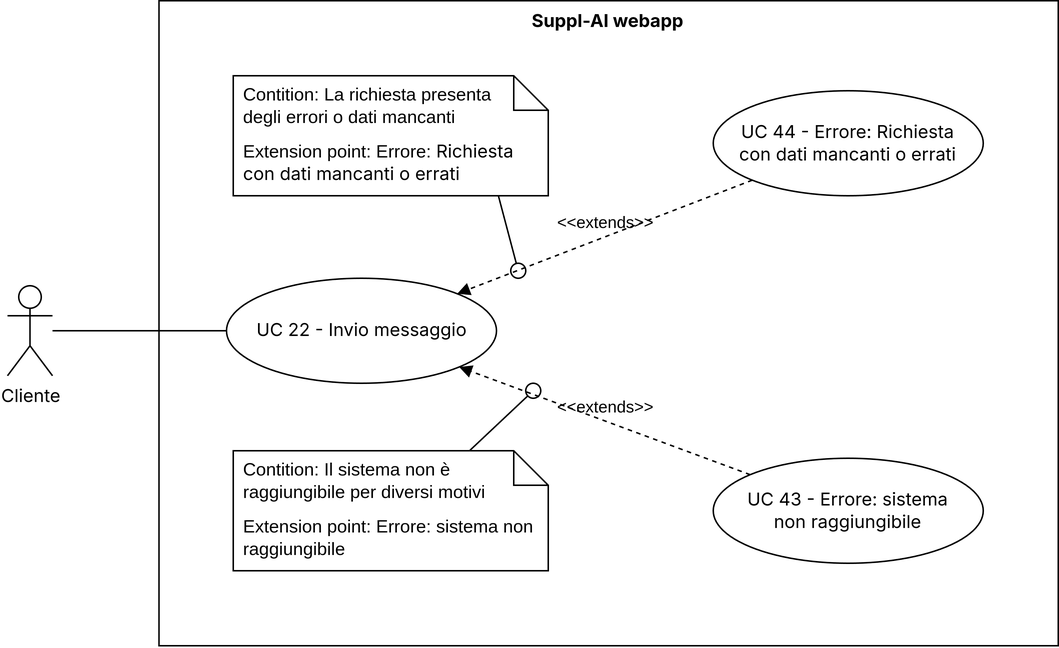
This is 3 - PB/imgs/uc22.png from CodeHex16/documentazione, a draw.io export, as it was before one commit. Source tidied: cells renumbered, new cells last; positions are measured from the earlier drawing's top-left corner, leaving out a move shared by most shapes. Source of this version:
```xml
<mxGraphModel>
  <root>
    <mxCell id="0" />
    <mxCell id="1" parent="0" />
    <mxCell id="2" value="Cliente" style="shape=umlActor;verticalLabelPosition=bottom;verticalAlign=top;html=1;outlineConnect=0;fontFamily=Inter;" parent="1" vertex="1">
      <mxGeometry x="-0.5" y="190" width="30" height="60" as="geometry" />
    </mxCell>
    <mxCell id="3" value="Suppl-AI webapp" style="shape=rect;html=1;verticalAlign=top;fontStyle=1;whiteSpace=wrap;align=center;fontFamily=Inter;" parent="1" vertex="1">
      <mxGeometry x="100.5" width="599.5" height="430" as="geometry" />
    </mxCell>
    <mxCell id="4" value="UC 22 - Invio messaggio" style="ellipse;whiteSpace=wrap;html=1;fontFamily=Inter;" parent="1" vertex="1">
      <mxGeometry x="145.5" y="185" width="180" height="70" as="geometry" />
    </mxCell>
    <mxCell id="5" style="endArrow=none;html=1;rounded=0;" parent="1" edge="1" source="2" target="4">
      <mxGeometry relative="1" as="geometry" />
    </mxCell>
    <mxCell id="6" value="UC 44 - Errore: Richiesta &lt;br&gt;con dati mancanti o errati" style="ellipse;whiteSpace=wrap;html=1;fontFamily=Inter;" parent="1" vertex="1">
      <mxGeometry x="470" y="60" width="180" height="70" as="geometry" />
    </mxCell>
    <mxCell id="7" style="endArrow=oval;html=1;rounded=0;endFill=0;endSize=10;exitX=0.841;exitY=0.993;exitDx=0;exitDy=0;exitPerimeter=0;" parent="1" edge="1" source="9">
      <mxGeometry relative="1" as="geometry">
        <mxPoint x="340" y="180" as="targetPoint" />
      </mxGeometry>
    </mxCell>
    <mxCell id="8" value="&amp;lt;&amp;lt;extends&amp;gt;&amp;gt;" style="html=1;verticalAlign=bottom;labelBackgroundColor=none;endArrow=block;endFill=1;dashed=1;rounded=0;" parent="1" edge="1" source="6" target="4">
      <mxGeometry relative="1" as="geometry" />
    </mxCell>
    <mxCell id="9" value="&lt;br&gt;Extension point: Errore:&amp;nbsp;&lt;span style=&quot;font-family: Inter; text-align: center;&quot;&gt;Richiesta&lt;/span&gt;&lt;br style=&quot;font-family: Inter; text-align: center;&quot;&gt;&lt;span style=&quot;font-family: Inter; text-align: center;&quot;&gt;con dati mancanti o errati&lt;/span&gt;" style="shape=note2;boundedLbl=1;whiteSpace=wrap;html=1;size=23;verticalAlign=top;align=left;spacingLeft=5;" parent="1" vertex="1">
      <mxGeometry x="150" y="50" width="210" height="80" as="geometry" />
    </mxCell>
    <mxCell id="10" value="&lt;span style=&quot;text-align: center;&quot;&gt;Contition: La richiesta presenta &lt;br&gt;degli errori o dati mancanti&amp;nbsp;&amp;nbsp;&lt;/span&gt;" style="strokeColor=none;fillColor=none;align=left;spacingLeft=5;whiteSpace=wrap;html=1;" parent="9" vertex="1">
      <mxGeometry width="210" height="40" relative="1" as="geometry" />
    </mxCell>
    <mxCell id="11" style="edgeStyle=orthogonalEdgeStyle;rounded=0;orthogonalLoop=1;jettySize=auto;html=1;exitX=0.5;exitY=1;exitDx=0;exitDy=0;" parent="9" edge="1" source="10" target="10">
      <mxGeometry relative="1" as="geometry" />
    </mxCell>
    <mxCell id="12" value="UC 43 - Errore: sistema &lt;br&gt;non raggiungibile" style="ellipse;whiteSpace=wrap;html=1;fontFamily=Inter;" parent="1" vertex="1">
      <mxGeometry x="470" y="305" width="180" height="70" as="geometry" />
    </mxCell>
    <mxCell id="13" value="&amp;lt;&amp;lt;extends&amp;gt;&amp;gt;" style="html=1;verticalAlign=bottom;labelBackgroundColor=none;endArrow=block;endFill=1;dashed=1;rounded=0;" parent="1" edge="1" source="12" target="4">
      <mxGeometry relative="1" as="geometry" />
    </mxCell>
    <mxCell id="14" style="endArrow=oval;html=1;rounded=0;endFill=0;endSize=10;exitX=0.75;exitY=0;exitDx=0;exitDy=0;" parent="1" edge="1" source="16">
      <mxGeometry relative="1" as="geometry">
        <mxPoint x="350" y="260" as="targetPoint" />
      </mxGeometry>
    </mxCell>
    <mxCell id="15" value="&lt;br&gt;Extension point: Errore: sistema non raggiungibile" style="shape=note2;boundedLbl=1;whiteSpace=wrap;html=1;size=23;verticalAlign=top;align=left;spacingLeft=5;" parent="1" vertex="1">
      <mxGeometry x="150" y="300" width="210" height="80" as="geometry" />
    </mxCell>
    <mxCell id="16" value="&lt;span style=&quot;text-align: center;&quot;&gt;Contition: Il sistema non è raggiungibile per diversi motivi&lt;/span&gt;" style="strokeColor=none;fillColor=none;align=left;spacingLeft=5;whiteSpace=wrap;html=1;" parent="15" vertex="1">
      <mxGeometry width="210" height="40" relative="1" as="geometry" />
    </mxCell>
    <mxCell id="17" style="edgeStyle=orthogonalEdgeStyle;rounded=0;orthogonalLoop=1;jettySize=auto;html=1;exitX=0.5;exitY=1;exitDx=0;exitDy=0;" parent="15" edge="1" source="16" target="16">
      <mxGeometry relative="1" as="geometry" />
    </mxCell>
  </root>
</mxGraphModel>
```
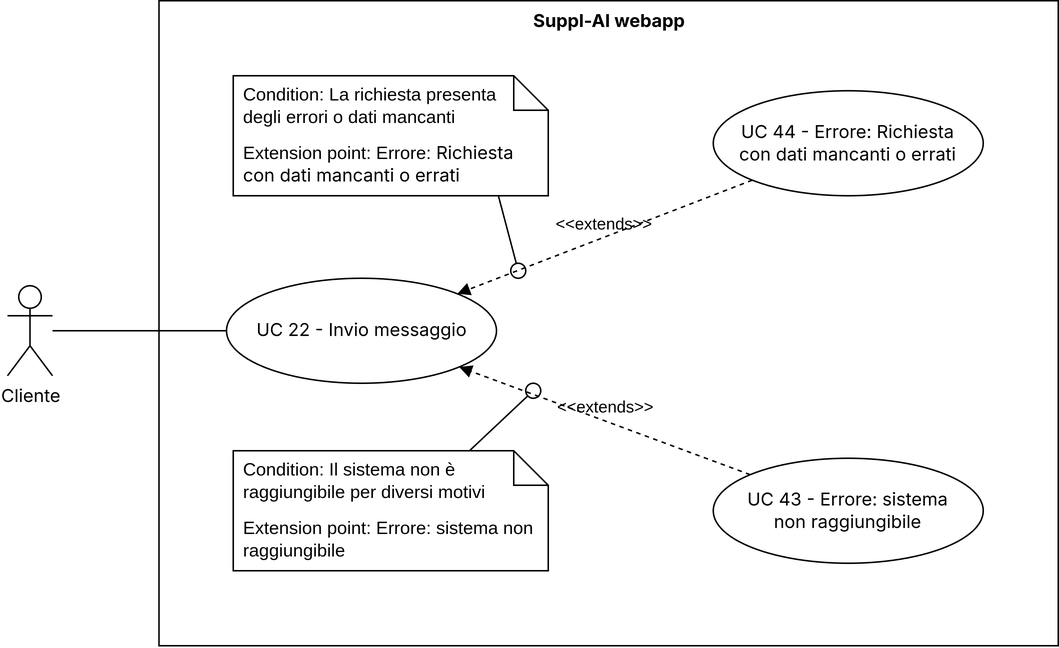
Above is the later version.

The edit, as a diff of the source:
```diff
@@ -28,7 +28,7 @@
     <mxCell id="9" value="&lt;br&gt;Extension point: Errore:&amp;nbsp;&lt;span style=&quot;font-family: Inter; text-align: center;&quot;&gt;Richiesta&lt;/span&gt;&lt;br style=&quot;font-family: Inter; text-align: center;&quot;&gt;&lt;span style=&quot;font-family: Inter; text-align: center;&quot;&gt;con dati mancanti o errati&lt;/span&gt;" style="shape=note2;boundedLbl=1;whiteSpace=wrap;html=1;size=23;verticalAlign=top;align=left;spacingLeft=5;" parent="1" vertex="1">
       <mxGeometry x="150" y="50" width="210" height="80" as="geometry" />
     </mxCell>
-    <mxCell id="10" value="&lt;span style=&quot;text-align: center;&quot;&gt;Contition: La richiesta presenta &lt;br&gt;degli errori o dati mancanti&amp;nbsp;&amp;nbsp;&lt;/span&gt;" style="strokeColor=none;fillColor=none;align=left;spacingLeft=5;whiteSpace=wrap;html=1;" parent="9" vertex="1">
+    <mxCell id="10" value="&lt;span style=&quot;text-align: center;&quot;&gt;Condition&lt;/span&gt;&lt;span style=&quot;text-align: center;&quot;&gt;: La richiesta presenta &lt;br&gt;degli errori o dati mancanti&amp;nbsp;&amp;nbsp;&lt;/span&gt;" style="strokeColor=none;fillColor=none;align=left;spacingLeft=5;whiteSpace=wrap;html=1;" parent="9" vertex="1">
       <mxGeometry width="210" height="40" relative="1" as="geometry" />
     </mxCell>
     <mxCell id="11" style="edgeStyle=orthogonalEdgeStyle;rounded=0;orthogonalLoop=1;jettySize=auto;html=1;exitX=0.5;exitY=1;exitDx=0;exitDy=0;" parent="9" edge="1" source="10" target="10">
@@ -48,7 +48,7 @@
     <mxCell id="15" value="&lt;br&gt;Extension point: Errore: sistema non raggiungibile" style="shape=note2;boundedLbl=1;whiteSpace=wrap;html=1;size=23;verticalAlign=top;align=left;spacingLeft=5;" parent="1" vertex="1">
       <mxGeometry x="150" y="300" width="210" height="80" as="geometry" />
     </mxCell>
-    <mxCell id="16" value="&lt;span style=&quot;text-align: center;&quot;&gt;Contition: Il sistema non è raggiungibile per diversi motivi&lt;/span&gt;" style="strokeColor=none;fillColor=none;align=left;spacingLeft=5;whiteSpace=wrap;html=1;" parent="15" vertex="1">
+    <mxCell id="16" value="&lt;span style=&quot;text-align: center;&quot;&gt;Condition&lt;/span&gt;&lt;span style=&quot;text-align: center;&quot;&gt;: Il sistema non è raggiungibile per diversi motivi&lt;/span&gt;" style="strokeColor=none;fillColor=none;align=left;spacingLeft=5;whiteSpace=wrap;html=1;" parent="15" vertex="1">
       <mxGeometry width="210" height="40" relative="1" as="geometry" />
     </mxCell>
     <mxCell id="17" style="edgeStyle=orthogonalEdgeStyle;rounded=0;orthogonalLoop=1;jettySize=auto;html=1;exitX=0.5;exitY=1;exitDx=0;exitDy=0;" parent="15" edge="1" source="16" target="16">
```
